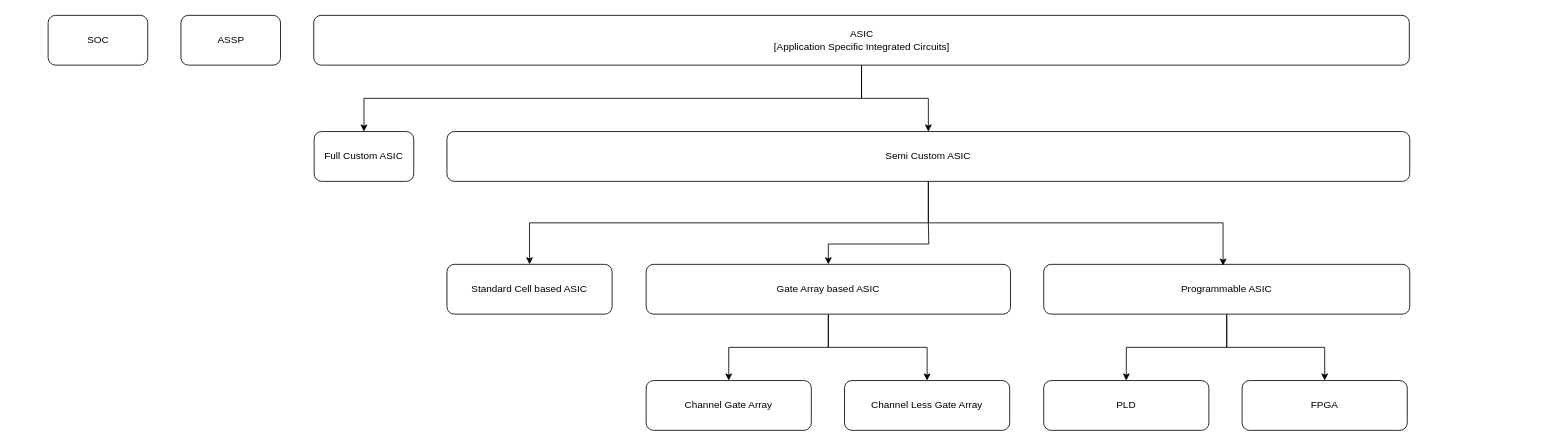
The draw.io diagram Types of Design.drawio in T-Maharshi-Sanand-Yadav/draw.io, before the edit. Source tidied: cells renumbered, new cells numbered last; positions are measured from the earlier drawing's top-left corner, leaving out a move shared by most shapes. Both pictures are drawn from the tidied source at 83%, with x=0, y=0 at pixel (48, 15).
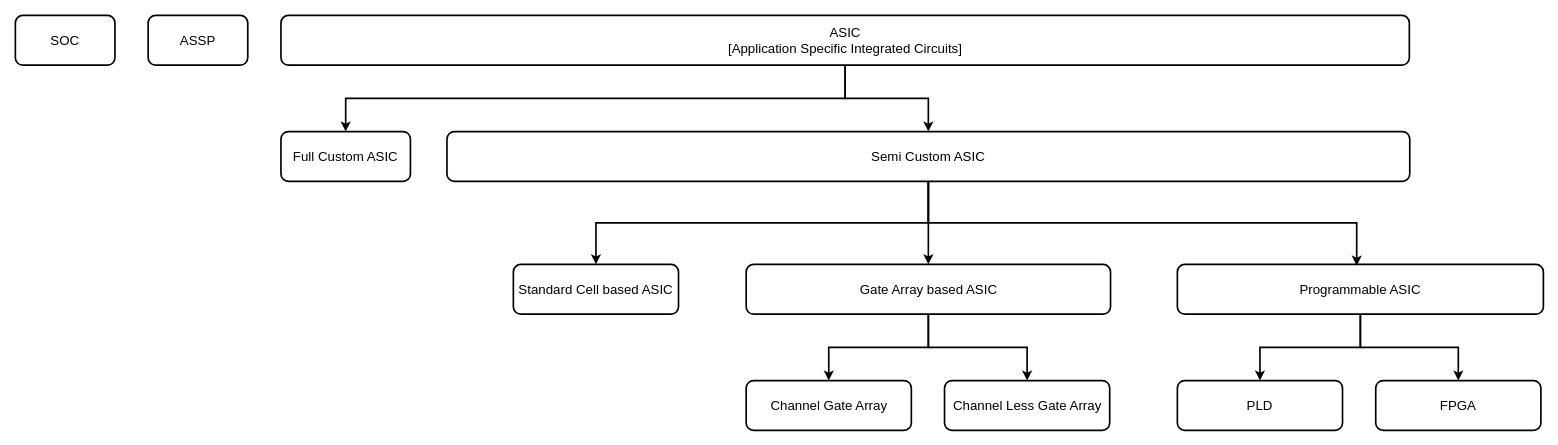
The same page after the edit.

Diff of the diagram source:
```diff
@@
-    <mxCell id="2" value="SOC" style="rounded=1;whiteSpace=wrap;html=1;" parent="1" vertex="1">
-      <mxGeometry x="-0.5" width="120" height="60" as="geometry" />
+    <mxCell id="2" value="SOC" style="rounded=1;whiteSpace=wrap;html=1;strokeWidth=2;fontSize=16;fontStyle=0;" parent="1" vertex="1">
+      <mxGeometry x="-40" width="120" height="60" as="geometry" />
     </mxCell>
-    <mxCell id="3" value="ASSP" style="rounded=1;whiteSpace=wrap;html=1;" parent="1" vertex="1">
-      <mxGeometry x="159.5" width="120" height="60" as="geometry" />
+    <mxCell id="3" value="ASSP" style="rounded=1;whiteSpace=wrap;html=1;strokeWidth=2;fontSize=16;fontStyle=0;" parent="1" vertex="1">
+      <mxGeometry x="120" width="120" height="60" as="geometry" />
     </mxCell>
-    <mxCell id="4" style="edgeStyle=orthogonalEdgeStyle;rounded=0;jettySize=auto;html=1;exitX=0.5;exitY=1;exitDx=0;exitDy=0;entryX=0.5;entryY=0;entryDx=0;entryDy=0;" parent="1" edge="1" source="6" target="7">
+    <mxCell id="4" style="edgeStyle=orthogonalEdgeStyle;rounded=0;jettySize=auto;html=1;exitX=0.5;exitY=1;exitDx=0;exitDy=0;entryX=0.5;entryY=0;entryDx=0;entryDy=0;strokeWidth=2;fontSize=16;fontStyle=0;" parent="1" edge="1" source="6" target="7">
       <mxGeometry relative="1" as="geometry" />
     </mxCell>
-    <mxCell id="5" style="edgeStyle=orthogonalEdgeStyle;rounded=0;jettySize=auto;html=1;exitX=0.5;exitY=1;exitDx=0;exitDy=0;entryX=0.5;entryY=0;entryDx=0;entryDy=0;" parent="1" edge="1" source="6" target="10">
+    <mxCell id="5" style="edgeStyle=orthogonalEdgeStyle;rounded=0;jettySize=auto;html=1;exitX=0.5;exitY=1;exitDx=0;exitDy=0;entryX=0.5;entryY=0;entryDx=0;entryDy=0;strokeWidth=2;fontSize=16;fontStyle=0;" parent="1" edge="1" source="6" target="10">
       <mxGeometry relative="1" as="geometry" />
     </mxCell>
-    <mxCell id="6" value="ASIC&lt;div&gt;[Application Specific Integrated Circuits]&lt;/div&gt;" style="rounded=1;whiteSpace=wrap;html=1;" parent="1" vertex="1">
-      <mxGeometry x="319.5" width="1320" height="60" as="geometry" />
+    <mxCell id="6" value="ASIC&lt;div&gt;[Application Specific Integrated Circuits]&lt;/div&gt;" style="rounded=1;whiteSpace=wrap;html=1;strokeWidth=2;fontSize=16;fontStyle=0;" parent="1" vertex="1">
+      <mxGeometry x="280" width="1359.5" height="60" as="geometry" />
     </mxCell>
-    <mxCell id="7" value="Full Custom ASIC" style="rounded=1;whiteSpace=wrap;html=1;" parent="1" vertex="1">
-      <mxGeometry x="320" y="140" width="120" height="60" as="geometry" />
+    <mxCell id="7" value="Full Custom ASIC" style="rounded=1;whiteSpace=wrap;html=1;strokeWidth=2;fontSize=16;fontStyle=0;" parent="1" vertex="1">
+      <mxGeometry x="280" y="140" width="156" height="60" as="geometry" />
     </mxCell>
-    <mxCell id="8" style="edgeStyle=orthogonalEdgeStyle;rounded=0;jettySize=auto;html=1;entryX=0.5;entryY=0;entryDx=0;entryDy=0;" parent="1" edge="1" target="11">
+    <mxCell id="8" style="edgeStyle=orthogonalEdgeStyle;rounded=0;jettySize=auto;html=1;entryX=0.5;entryY=0;entryDx=0;entryDy=0;strokeWidth=2;fontSize=16;exitX=0.5;exitY=1;exitDx=0;exitDy=0;fontStyle=0;" parent="1" edge="1" source="10" target="11">
       <mxGeometry relative="1" as="geometry">
-        <mxPoint x="1060" y="200" as="sourcePoint" />
         <Array as="points">
           <mxPoint x="1060" y="250" />
-          <mxPoint x="580" y="250" />
+          <mxPoint x="659" y="250" />
         </Array>
       </mxGeometry>
     </mxCell>
-    <mxCell id="9" style="edgeStyle=orthogonalEdgeStyle;rounded=0;jettySize=auto;html=1;entryX=0.5;entryY=0;entryDx=0;entryDy=0;" parent="1" edge="1" target="14">
-      <mxGeometry relative="1" as="geometry">
-        <mxPoint x="1060" y="250" as="sourcePoint" />
-      </mxGeometry>
-    </mxCell>
+    <mxCell id="23" style="edgeStyle=orthogonalEdgeStyle;rounded=0;jettySize=auto;html=1;exitX=0.5;exitY=1;exitDx=0;exitDy=0;entryX=0.5;entryY=0;entryDx=0;entryDy=0;strokeWidth=2;fontStyle=0;" parent="1" edge="1" source="10" target="14">
+      <mxGeometry relative="1" as="geometry" />
+    </mxCell>
-    <mxCell id="10" value="Semi Custom ASIC" style="rounded=1;whiteSpace=wrap;html=1;" parent="1" vertex="1">
+    <mxCell id="10" value="Semi Custom ASIC" style="rounded=1;whiteSpace=wrap;html=1;strokeWidth=2;fontSize=16;fontStyle=0;" parent="1" vertex="1">
       <mxGeometry x="480" y="140" width="1160" height="60" as="geometry" />
     </mxCell>
-    <mxCell id="11" value="Standard Cell based ASIC" style="rounded=1;whiteSpace=wrap;html=1;" parent="1" vertex="1">
-      <mxGeometry x="480" y="300" width="199" height="60" as="geometry" />
+    <mxCell id="11" value="Standard Cell based ASIC" style="rounded=1;whiteSpace=wrap;html=1;strokeWidth=2;fontSize=16;fontStyle=0;" parent="1" vertex="1">
+      <mxGeometry x="560" y="300" width="199" height="60" as="geometry" />
     </mxCell>
-    <mxCell id="12" style="edgeStyle=orthogonalEdgeStyle;rounded=0;jettySize=auto;html=1;exitX=0.5;exitY=1;exitDx=0;exitDy=0;entryX=0.5;entryY=0;entryDx=0;entryDy=0;" parent="1" edge="1" source="14" target="18">
+    <mxCell id="12" style="edgeStyle=orthogonalEdgeStyle;rounded=0;jettySize=auto;html=1;exitX=0.5;exitY=1;exitDx=0;exitDy=0;entryX=0.5;entryY=0;entryDx=0;entryDy=0;strokeWidth=2;fontSize=16;fontStyle=0;" parent="1" edge="1" source="14" target="18">
       <mxGeometry relative="1" as="geometry" />
     </mxCell>
-    <mxCell id="13" style="edgeStyle=orthogonalEdgeStyle;rounded=0;jettySize=auto;html=1;exitX=0.5;exitY=1;exitDx=0;exitDy=0;entryX=0.5;entryY=0;entryDx=0;entryDy=0;" parent="1" edge="1" source="14" target="19">
+    <mxCell id="13" style="edgeStyle=orthogonalEdgeStyle;rounded=0;jettySize=auto;html=1;exitX=0.5;exitY=1;exitDx=0;exitDy=0;entryX=0.5;entryY=0;entryDx=0;entryDy=0;strokeWidth=2;fontSize=16;fontStyle=0;" parent="1" edge="1" source="14" target="19">
       <mxGeometry relative="1" as="geometry" />
     </mxCell>
-    <mxCell id="14" value="Gate Array based ASIC" style="rounded=1;whiteSpace=wrap;html=1;" parent="1" vertex="1">
-      <mxGeometry x="720" y="300" width="439" height="60" as="geometry" />
+    <mxCell id="14" value="Gate Array based ASIC" style="rounded=1;whiteSpace=wrap;html=1;strokeWidth=2;fontSize=16;fontStyle=0;" parent="1" vertex="1">
+      <mxGeometry x="840.5" y="300" width="439" height="60" as="geometry" />
     </mxCell>
-    <mxCell id="15" style="edgeStyle=orthogonalEdgeStyle;rounded=0;jettySize=auto;html=1;exitX=0.5;exitY=1;exitDx=0;exitDy=0;entryX=0.5;entryY=0;entryDx=0;entryDy=0;" parent="1" edge="1" source="17" target="20">
+    <mxCell id="15" style="edgeStyle=orthogonalEdgeStyle;rounded=0;jettySize=auto;html=1;exitX=0.5;exitY=1;exitDx=0;exitDy=0;entryX=0.5;entryY=0;entryDx=0;entryDy=0;strokeWidth=2;fontSize=16;fontStyle=0;" parent="1" edge="1" source="17" target="20">
       <mxGeometry relative="1" as="geometry" />
     </mxCell>
-    <mxCell id="16" style="edgeStyle=orthogonalEdgeStyle;rounded=0;jettySize=auto;html=1;exitX=0.5;exitY=1;exitDx=0;exitDy=0;entryX=0.5;entryY=0;entryDx=0;entryDy=0;" parent="1" edge="1" source="17" target="21">
+    <mxCell id="16" style="edgeStyle=orthogonalEdgeStyle;rounded=0;jettySize=auto;html=1;exitX=0.5;exitY=1;exitDx=0;exitDy=0;entryX=0.5;entryY=0;entryDx=0;entryDy=0;strokeWidth=2;fontSize=16;fontStyle=0;" parent="1" edge="1" source="17" target="21">
       <mxGeometry relative="1" as="geometry" />
     </mxCell>
-    <mxCell id="17" value="Programmable ASIC" style="rounded=1;whiteSpace=wrap;html=1;" parent="1" vertex="1">
-      <mxGeometry x="1199" y="300" width="441" height="60" as="geometry" />
+    <mxCell id="17" value="Programmable ASIC" style="rounded=1;whiteSpace=wrap;html=1;strokeWidth=2;fontSize=16;fontStyle=0;" parent="1" vertex="1">
+      <mxGeometry x="1360" y="300" width="441" height="60" as="geometry" />
     </mxCell>
-    <mxCell id="18" value="Channel Gate Array" style="rounded=1;whiteSpace=wrap;html=1;" parent="1" vertex="1">
-      <mxGeometry x="720" y="440" width="199" height="60" as="geometry" />
+    <mxCell id="18" value="Channel Gate Array" style="rounded=1;whiteSpace=wrap;html=1;strokeWidth=2;fontSize=16;fontStyle=0;" parent="1" vertex="1">
+      <mxGeometry x="840.5" y="440" width="199" height="60" as="geometry" />
     </mxCell>
-    <mxCell id="19" value="Channel Less Gate Array" style="rounded=1;whiteSpace=wrap;html=1;" parent="1" vertex="1">
-      <mxGeometry x="959" y="440" width="199" height="60" as="geometry" />
+    <mxCell id="19" value="Channel Less Gate Array" style="rounded=1;whiteSpace=wrap;html=1;strokeWidth=2;fontSize=16;fontStyle=0;" parent="1" vertex="1">
+      <mxGeometry x="1079.5" y="440" width="199" height="60" as="geometry" />
     </mxCell>
-    <mxCell id="20" value="PLD" style="rounded=1;whiteSpace=wrap;html=1;" parent="1" vertex="1">
-      <mxGeometry x="1199" y="440" width="199" height="60" as="geometry" />
+    <mxCell id="20" value="PLD" style="rounded=1;whiteSpace=wrap;html=1;strokeWidth=2;fontSize=16;fontStyle=0;" parent="1" vertex="1">
+      <mxGeometry x="1360" y="440" width="199" height="60" as="geometry" />
     </mxCell>
-    <mxCell id="21" value="FPGA" style="rounded=1;whiteSpace=wrap;html=1;" parent="1" vertex="1">
-      <mxGeometry x="1438" y="440" width="199" height="60" as="geometry" />
+    <mxCell id="21" value="FPGA" style="rounded=1;whiteSpace=wrap;html=1;strokeWidth=2;fontSize=16;fontStyle=0;" parent="1" vertex="1">
+      <mxGeometry x="1599" y="440" width="199" height="60" as="geometry" />
     </mxCell>
-    <mxCell id="22" style="edgeStyle=orthogonalEdgeStyle;rounded=0;jettySize=auto;html=1;exitX=0.5;exitY=1;exitDx=0;exitDy=0;entryX=0.49;entryY=0.026;entryDx=0;entryDy=0;entryPerimeter=0;" parent="1" edge="1" source="10" target="17">
+    <mxCell id="22" style="edgeStyle=orthogonalEdgeStyle;rounded=0;jettySize=auto;html=1;exitX=0.5;exitY=1;exitDx=0;exitDy=0;entryX=0.49;entryY=0.026;entryDx=0;entryDy=0;entryPerimeter=0;strokeWidth=2;fontSize=16;fontStyle=0;" parent="1" edge="1" source="10" target="17">
       <mxGeometry relative="1" as="geometry" />
     </mxCell>
```
